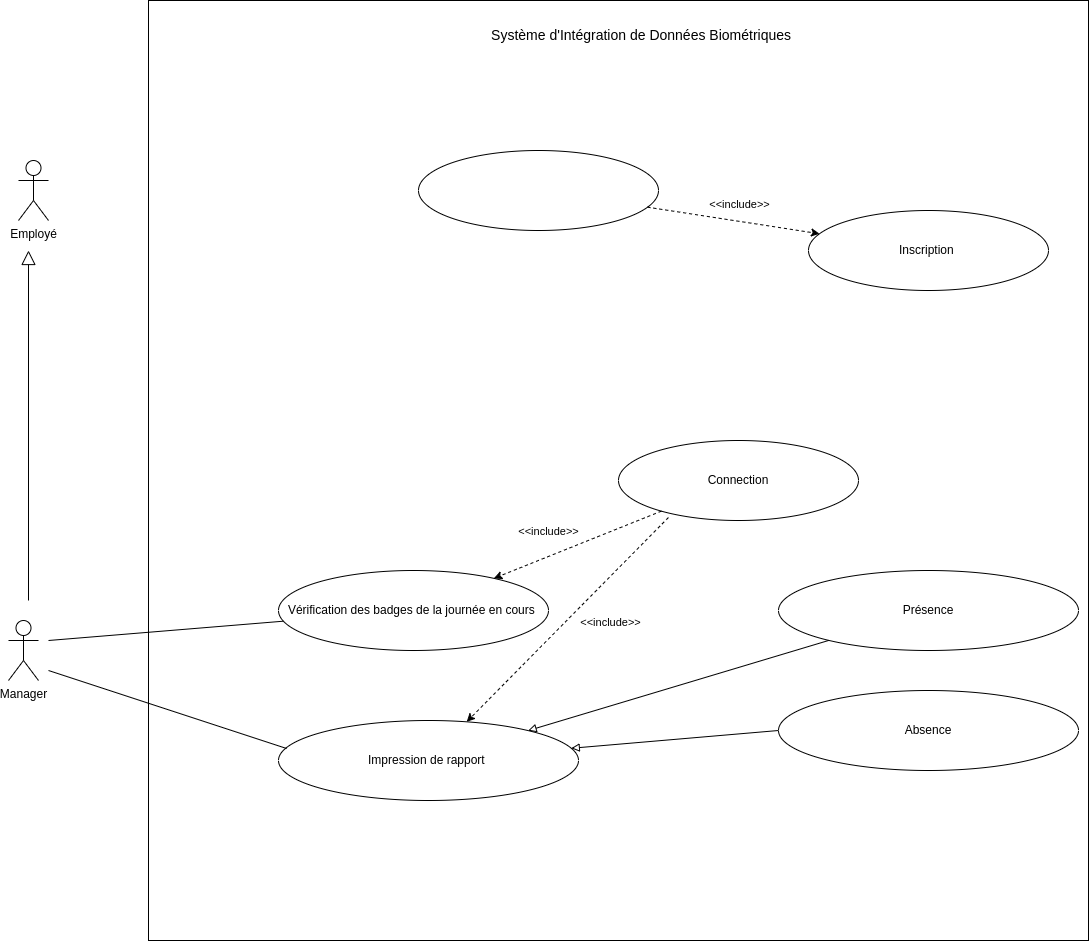
Earlier version of the draw.io export static/Diagramme de cas d'utilisation.drawio.png (Siluearsene/borne_biometrique). Source tidied: cells renumbered, new cells last; positions are measured from the earlier drawing's top-left corner, leaving out a move shared by most shapes.
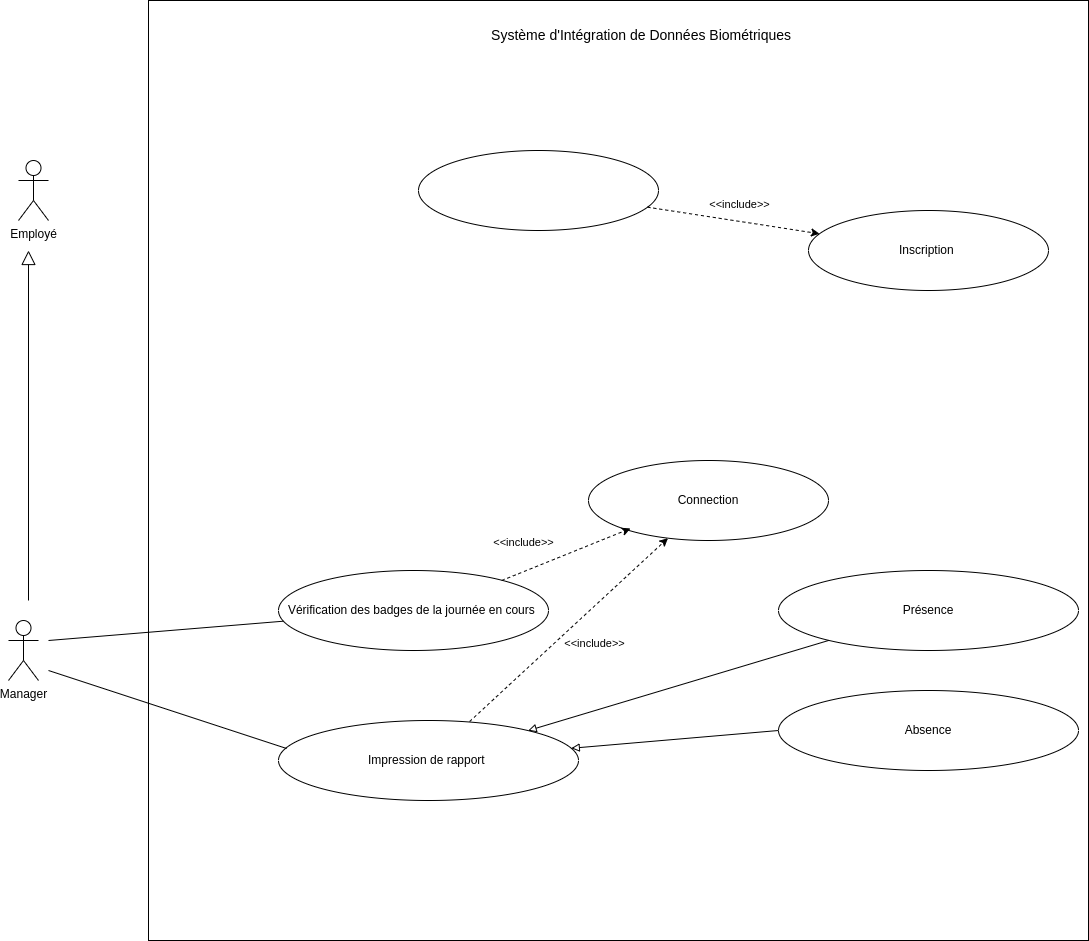
The same diagram one commit later.

Commit message:
Mettre à jour Diagramme de cas d'utilisation.drawio.png

What changed in the source:
```diff
@@ -24,7 +24,7 @@
       <mxGeometry x="410" y="150" width="240" height="80" as="geometry" />
     </mxCell>
     <mxCell id="8" value="Connection" style="ellipse;whiteSpace=wrap;html=1;" parent="1" vertex="1">
-      <mxGeometry x="610" y="440" width="240" height="80" as="geometry" />
+      <mxGeometry x="580" y="460" width="240" height="80" as="geometry" />
     </mxCell>
     <mxCell id="9" value="Vérification des badges de la journée en cours&amp;nbsp;" style="ellipse;whiteSpace=wrap;html=1;" parent="1" vertex="1">
       <mxGeometry x="270" y="570" width="270" height="80" as="geometry" />
@@ -44,7 +44,7 @@
     <mxCell id="14" style="endArrow=block;html=1;rounded=0;endFill=0;" parent="1" edge="1" source="10" target="11">
       <mxGeometry relative="1" as="geometry" />
     </mxCell>
-    <mxCell id="15" style="endArrow=classic;html=1;rounded=0;dashed=1;exitX=0.208;exitY=0.963;exitDx=0;exitDy=0;exitPerimeter=0;" parent="1" edge="1" source="8" target="11">
+    <mxCell id="15" style="endArrow=classic;html=1;rounded=0;dashed=1;exitX=0.637;exitY=0.013;exitDx=0;exitDy=0;exitPerimeter=0;" parent="1" edge="1" source="11" target="8">
       <mxGeometry relative="1" as="geometry" />
     </mxCell>
     <mxCell id="16" value="&lt;font style=&quot;font-size: 11px;&quot;&gt;&amp;lt;&amp;lt;include&amp;gt;&lt;/font&gt;&amp;gt;" style="edgeLabel;html=1;align=center;verticalAlign=middle;" parent="15" vertex="1">
@@ -65,8 +65,10 @@
     <mxCell id="19" value="Inscription&amp;nbsp;" style="ellipse;whiteSpace=wrap;html=1;" parent="1" vertex="1">
       <mxGeometry x="800" y="210" width="240" height="80" as="geometry" />
     </mxCell>
-    <mxCell id="20" style="endArrow=classic;html=1;rounded=0;dashed=1;" parent="1" edge="1" source="8" target="9">
-      <mxGeometry relative="1" as="geometry" />
+    <mxCell id="20" style="endArrow=classic;html=1;rounded=0;dashed=1;entryX=0.175;entryY=0.85;entryDx=0;entryDy=0;entryPerimeter=0;" parent="1" edge="1" target="8">
+      <mxGeometry relative="1" as="geometry">
+        <mxPoint x="493.2" y="580" as="sourcePoint" />
+      </mxGeometry>
     </mxCell>
     <mxCell id="21" value="&lt;font style=&quot;font-size: 11px;&quot;&gt;&amp;lt;&amp;lt;include&amp;gt;&lt;/font&gt;&amp;gt;" style="edgeLabel;html=1;align=center;verticalAlign=middle;" parent="20" vertex="1">
       <mxGeometry x="-0.08" y="2" relative="1" as="geometry">
```
